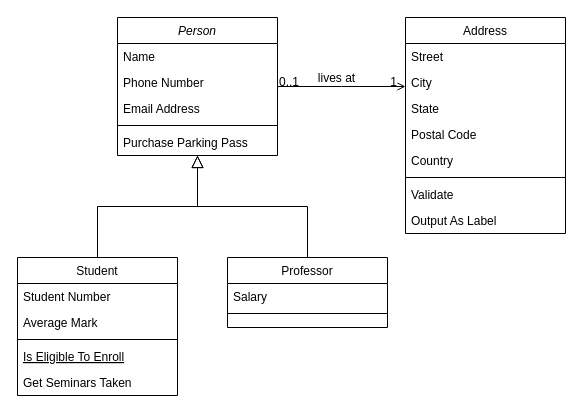
Above: Ejercicio11.drawio in andmansim/introduccion_algoritmica (draw.io), before the change. Source tidied: cells renumbered, new cells numbered last; positions are measured from the earlier drawing's top-left corner, leaving out a move shared by most shapes. Both pictures are drawn from the tidied source at 100%, with x=0, y=0 at pixel (17, 17).
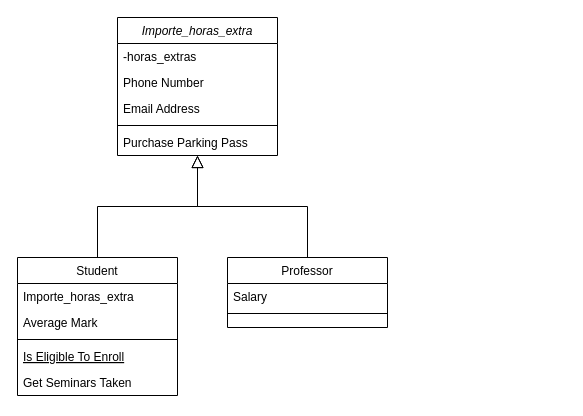
After the change.

The change refers to these unchanged cells:
```xml
<mxCell id="8" value="Student" style="swimlane;fontStyle=0;align=center;verticalAlign=top;horizontal=1;startSize=26;rounded=0;shadow=0;strokeWidth=1;" parent="1" vertex="1">
  <mxGeometry y="240" width="160" height="138" as="geometry" />
</mxCell>
```

The edit, as a diff of the source:
```diff
@@
-    <mxCell id="2" value="Person" style="swimlane;fontStyle=2;align=center;verticalAlign=top;horizontal=1;startSize=26;rounded=0;shadow=0;strokeWidth=1;" parent="1" vertex="1">
+    <mxCell id="2" value="Importe_horas_extra" style="swimlane;fontStyle=2;align=center;verticalAlign=top;horizontal=1;startSize=26;rounded=0;shadow=0;strokeWidth=1;" parent="1" vertex="1">
       <mxGeometry x="100" width="160" height="138" as="geometry" />
     </mxCell>
-    <mxCell id="3" value="Name" style="text;align=left;verticalAlign=top;spacingLeft=4;spacingRight=4;overflow=hidden;" parent="2" vertex="1">
+    <mxCell id="3" value="-horas_extras" style="text;align=left;verticalAlign=top;spacingLeft=4;spacingRight=4;overflow=hidden;" parent="2" vertex="1">
       <mxGeometry y="26" width="160" height="26" as="geometry" />
     </mxCell>
@@
-    <mxCell id="9" value="Student Number" style="text;align=left;verticalAlign=top;spacingLeft=4;spacingRight=4;overflow=hidden;" parent="8" vertex="1">
+    <mxCell id="9" value="Importe_horas_extra" style="text;align=left;verticalAlign=top;spacingLeft=4;spacingRight=4;overflow=hidden;" parent="8" vertex="1">
       <mxGeometry y="26" width="160" height="26" as="geometry" />
     </mxCell>
@@
-    <mxCell id="19" value="Address" style="swimlane;fontStyle=0;align=center;verticalAlign=top;horizontal=1;startSize=26;rounded=0;shadow=0;strokeWidth=1;" parent="1" vertex="1">
-      <mxGeometry x="388" width="160" height="216" as="geometry" />
-    </mxCell>
-    <mxCell id="20" value="Street" style="text;align=left;verticalAlign=top;spacingLeft=4;spacingRight=4;overflow=hidden;" parent="19" vertex="1">
-      <mxGeometry y="26" width="160" height="26" as="geometry" />
-    </mxCell>
-    <mxCell id="21" value="City" style="text;align=left;verticalAlign=top;spacingLeft=4;spacingRight=4;overflow=hidden;rounded=0;shadow=0;html=0;" parent="19" vertex="1">
-      <mxGeometry y="52" width="160" height="26" as="geometry" />
-    </mxCell>
-    <mxCell id="22" value="State" style="text;align=left;verticalAlign=top;spacingLeft=4;spacingRight=4;overflow=hidden;rounded=0;shadow=0;html=0;" parent="19" vertex="1">
-      <mxGeometry y="78" width="160" height="26" as="geometry" />
-    </mxCell>
-    <mxCell id="23" value="Postal Code" style="text;align=left;verticalAlign=top;spacingLeft=4;spacingRight=4;overflow=hidden;rounded=0;shadow=0;html=0;" parent="19" vertex="1">
-      <mxGeometry y="104" width="160" height="26" as="geometry" />
-    </mxCell>
-    <mxCell id="24" value="Country" style="text;align=left;verticalAlign=top;spacingLeft=4;spacingRight=4;overflow=hidden;rounded=0;shadow=0;html=0;" parent="19" vertex="1">
-      <mxGeometry y="130" width="160" height="26" as="geometry" />
-    </mxCell>
-    <mxCell id="25" style="line;html=1;strokeWidth=1;align=left;verticalAlign=middle;spacingTop=-1;spacingLeft=3;spacingRight=3;labelPosition=right;" parent="19" vertex="1">
-      <mxGeometry y="156" width="160" height="8" as="geometry" />
-    </mxCell>
-    <mxCell id="26" value="Validate" style="text;align=left;verticalAlign=top;spacingLeft=4;spacingRight=4;overflow=hidden;" parent="19" vertex="1">
-      <mxGeometry y="164" width="160" height="26" as="geometry" />
-    </mxCell>
-    <mxCell id="27" value="Output As Label" style="text;align=left;verticalAlign=top;spacingLeft=4;spacingRight=4;overflow=hidden;" parent="19" vertex="1">
-      <mxGeometry y="190" width="160" height="26" as="geometry" />
-    </mxCell>
-    <mxCell id="28" style="endArrow=open;shadow=0;strokeWidth=1;rounded=0;endFill=1;edgeStyle=elbowEdgeStyle;elbow=vertical;" parent="1" edge="1" source="2" target="19">
-      <mxGeometry x="0.5" y="41" relative="1" as="geometry">
-        <mxPoint x="-40" y="32" as="offset" />
-      </mxGeometry>
-    </mxCell>
-    <mxCell id="29" value="0..1" style="align=left;verticalAlign=bottom;labelBackgroundColor=none;fontSize=12;" parent="28" vertex="1">
-      <mxGeometry x="-1" relative="1" as="geometry">
-        <mxPoint y="4" as="offset" />
-      </mxGeometry>
-    </mxCell>
-    <mxCell id="30" value="1" style="align=right;verticalAlign=bottom;labelBackgroundColor=none;fontSize=12;" parent="28" vertex="1">
-      <mxGeometry x="1" relative="1" as="geometry">
-        <mxPoint x="-7" y="4" as="offset" />
-      </mxGeometry>
-    </mxCell>
-    <mxCell id="31" value="lives at" style="text;html=1;align=center;verticalAlign=middle;labelBackgroundColor=none;rounded=0;shadow=0;strokeWidth=1;fontSize=12;" parent="28" vertex="1">
-      <mxGeometry x="0.5" y="49" relative="1" as="geometry">
-        <mxPoint x="-38" y="40" as="offset" />
-      </mxGeometry>
-    </mxCell>
```
